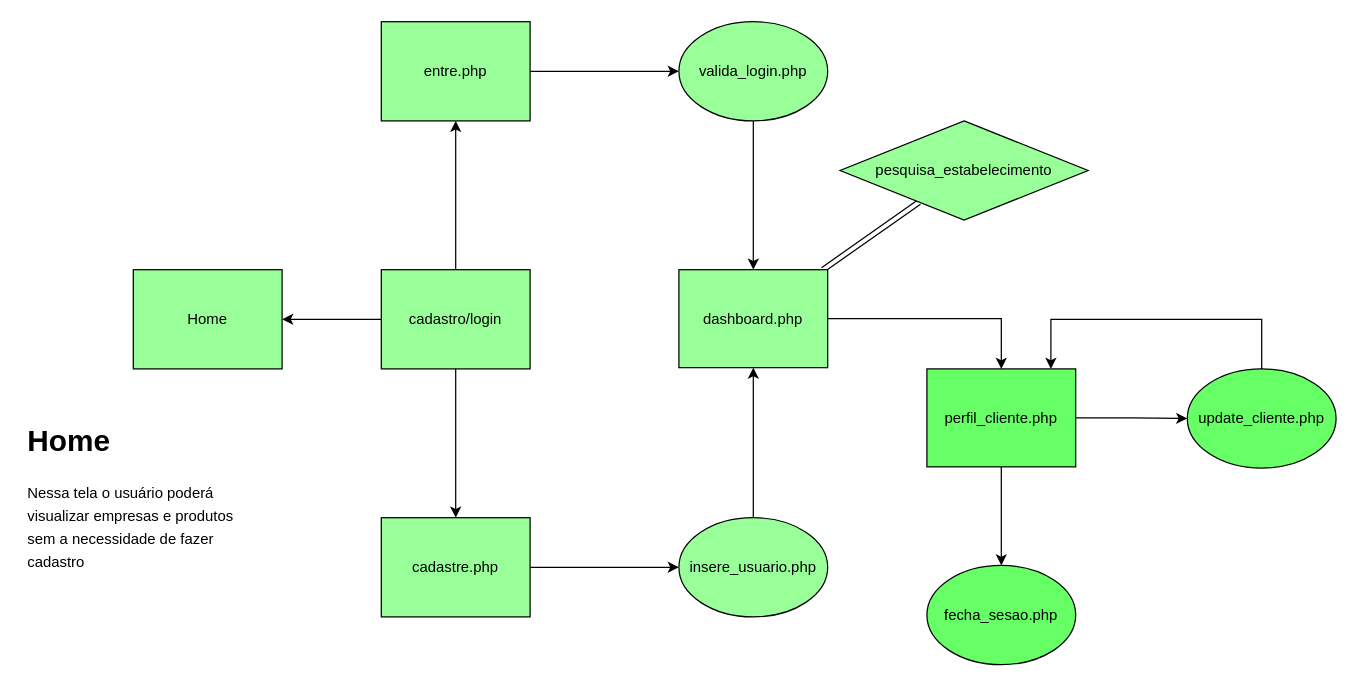
The draw.io diagram page "Cliente" (1 of 3) of diagramas/TCC - fluxo da aplicação.drawio in Estevaoferreira/tcc, before the edit. Source tidied: cells renumbered, new cells numbered last; positions are measured from the earlier drawing's top-left corner, leaving out a move shared by most shapes. Both pictures are drawn from the tidied source at 124%, with x=0, y=0 at pixel (21, 21).
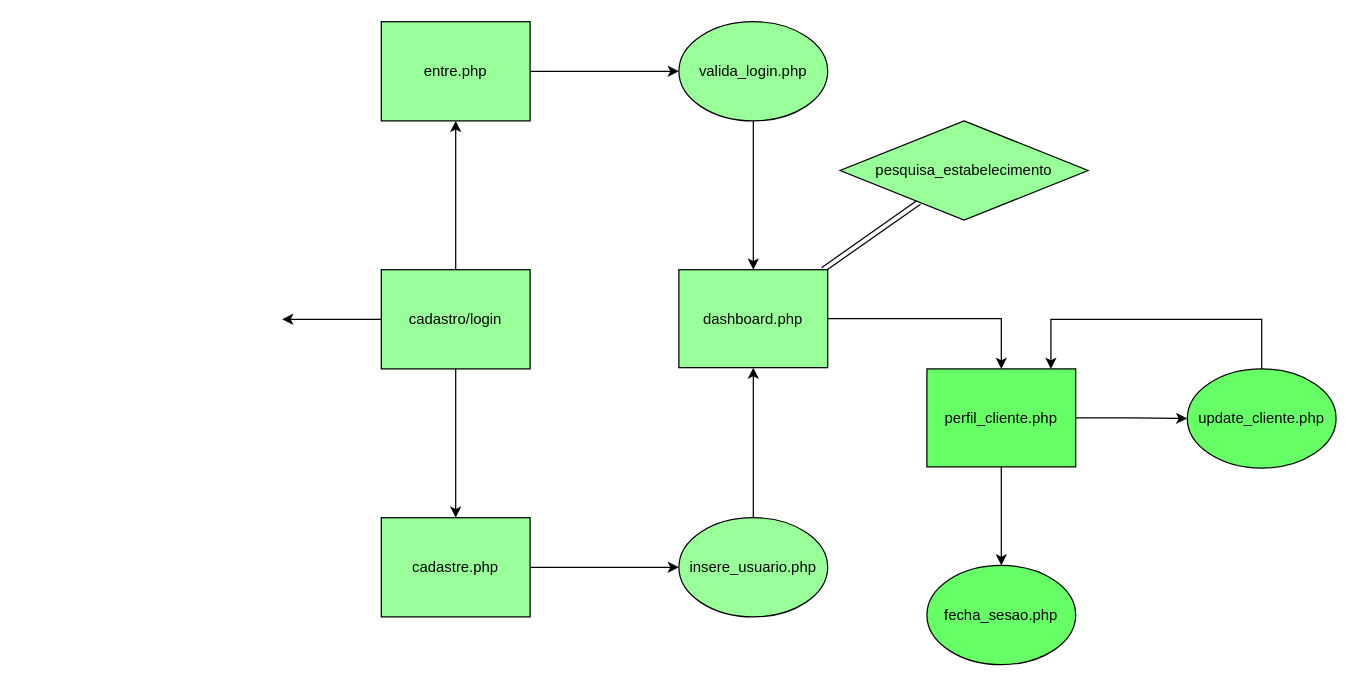
The same page after the edit.

The change refers to these unchanged cells:
```xml
<mxCell id="5" value="cadastro/login" style="rounded=0;whiteSpace=wrap;html=1;fillColor=#99FF99;" parent="1" vertex="1">
  <mxGeometry x="290" y="200" width="120" height="80" as="geometry" />
</mxCell>
```

What changed in the source:
```diff
@@
-    <mxCell id="4" style="edgeStyle=orthogonalEdgeStyle;rounded=0;jettySize=auto;html=1;" parent="1" edge="1" source="5" target="24">
-      <mxGeometry relative="1" as="geometry" />
+    <mxCell id="4" style="edgeStyle=orthogonalEdgeStyle;rounded=0;jettySize=auto;html=1;" parent="1" edge="1" source="5">
+      <mxGeometry relative="1" as="geometry">
+        <mxPoint x="210" y="240" as="targetPoint" />
+      </mxGeometry>
     </mxCell>
@@
-    <mxCell id="24" value="Home" style="rounded=0;whiteSpace=wrap;html=1;fillColor=#99FF99;" parent="1" vertex="1">
-      <mxGeometry x="90" y="200" width="120" height="80" as="geometry" />
-    </mxCell>
-    <mxCell id="25" value="&lt;h1&gt;&lt;span style=&quot;background-color: initial;&quot;&gt;Home&lt;/span&gt;&lt;/h1&gt;&lt;h1 style=&quot;line-height: 60%;&quot;&gt;&lt;span style=&quot;background-color: initial; font-size: 12px; font-weight: normal;&quot;&gt;Nessa tela o usuário poderá visualizar empresas e produtos sem a necessidade de fazer cadastro&lt;/span&gt;&lt;br&gt;&lt;/h1&gt;" style="text;html=1;strokeColor=none;fillColor=none;spacing=5;spacingTop=-20;whiteSpace=wrap;overflow=hidden;rounded=0;" parent="1" vertex="1">
-      <mxGeometry y="318.5" width="190" height="141.5" as="geometry" />
-    </mxCell>
```
